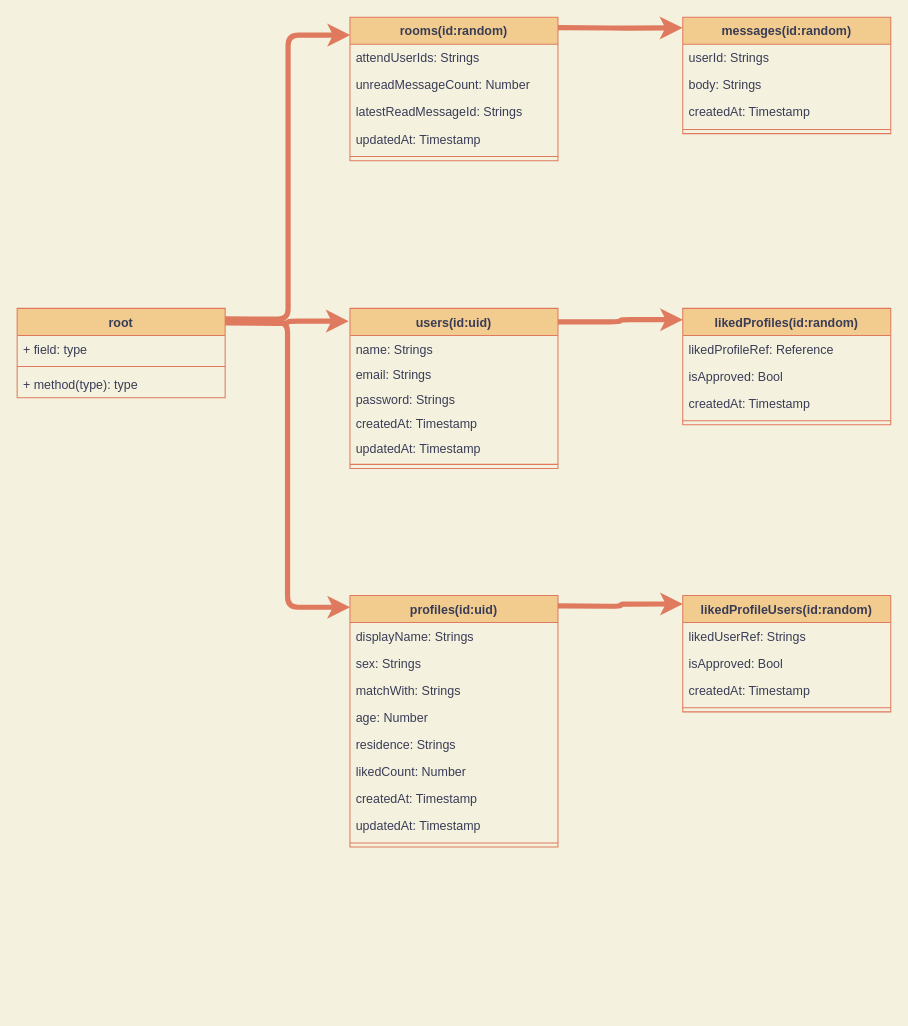
Earlier version of the draw.io diagram store/firestore.drawio (KoheiB/my-matching-app). Source tidied: cells renumbered, new cells numbered last; positions are measured from the earlier drawing's top-left corner, leaving out a move shared by most shapes. Both pictures are drawn from the tidied source at 104%, with x=0, y=0 at pixel (17, 17).
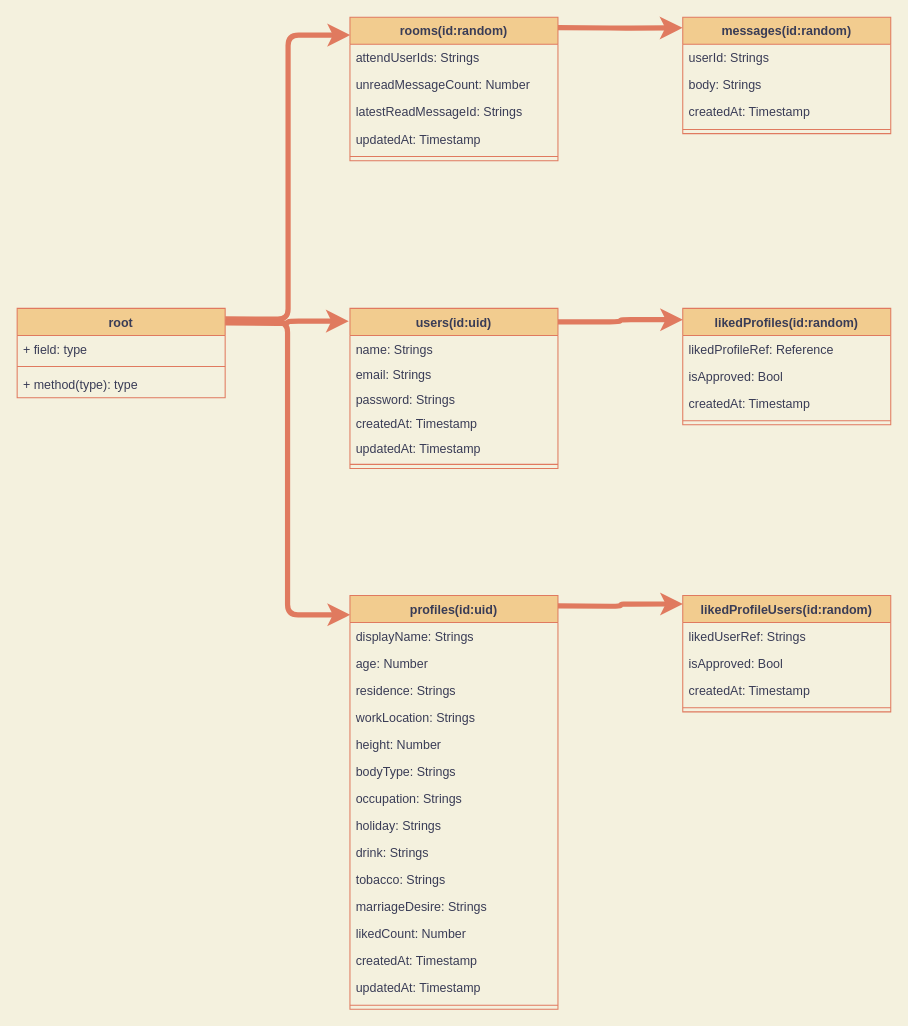
Above is the later version.

Commit message (it also covers changes not shown here):
add profile options

The edit, as a diff of the source:
```diff
@@
     <mxCell id="12" value="profiles(id:uid)" style="swimlane;fontStyle=1;align=center;verticalAlign=top;horizontal=1;startSize=26;fillColor=#F2CC8F;strokeColor=#E07A5F;fontColor=#393C56;" parent="1" vertex="1">
-      <mxGeometry x="320" y="556" width="200" height="242" as="geometry" />
+      <mxGeometry x="320" y="556" width="200" height="398" as="geometry" />
     </mxCell>
@@
-    <mxCell id="14" value="sex: Strings" style="text;strokeColor=none;fillColor=none;align=left;verticalAlign=top;spacingLeft=4;spacingRight=4;overflow=hidden;fontColor=#393C56;" parent="12" vertex="1">
-      <mxGeometry y="52" width="200" height="26" as="geometry" />
-    </mxCell>
-    <mxCell id="15" value="matchWith: Strings" style="text;strokeColor=none;fillColor=none;align=left;verticalAlign=top;spacingLeft=4;spacingRight=4;overflow=hidden;fontColor=#393C56;" parent="12" vertex="1">
-      <mxGeometry y="78" width="200" height="26" as="geometry" />
-    </mxCell>
     <mxCell id="16" value="age: Number" style="text;strokeColor=none;fillColor=none;align=left;verticalAlign=top;spacingLeft=4;spacingRight=4;overflow=hidden;fontColor=#393C56;" parent="12" vertex="1">
-      <mxGeometry y="104" width="200" height="26" as="geometry" />
+      <mxGeometry y="52" width="200" height="26" as="geometry" />
     </mxCell>
+    <mxCell id="50" value="residence: Strings" style="text;strokeColor=none;fillColor=none;align=left;verticalAlign=top;spacingLeft=4;spacingRight=4;overflow=hidden;fontColor=#393C56;" parent="12" vertex="1">
+      <mxGeometry y="78" width="200" height="26" as="geometry" />
+    </mxCell>
-    <mxCell id="17" value="residence: Strings" style="text;strokeColor=none;fillColor=none;align=left;verticalAlign=top;spacingLeft=4;spacingRight=4;overflow=hidden;fontColor=#393C56;" parent="12" vertex="1">
-      <mxGeometry y="130" width="200" height="26" as="geometry" />
+    <mxCell id="17" value="workLocation: Strings" style="text;strokeColor=none;fillColor=none;align=left;verticalAlign=top;spacingLeft=4;spacingRight=4;overflow=hidden;fontColor=#393C56;" parent="12" vertex="1">
+      <mxGeometry y="104" width="200" height="26" as="geometry" />
     </mxCell>
+    <mxCell id="51" value="height: Number" style="text;strokeColor=none;fillColor=none;align=left;verticalAlign=top;spacingLeft=4;spacingRight=4;overflow=hidden;fontColor=#393C56;" parent="12" vertex="1">
+      <mxGeometry y="130" width="200" height="26" as="geometry" />
+    </mxCell>
+    <mxCell id="52" value="bodyType: Strings" style="text;strokeColor=none;fillColor=none;align=left;verticalAlign=top;spacingLeft=4;spacingRight=4;overflow=hidden;fontColor=#393C56;" parent="12" vertex="1">
+      <mxGeometry y="156" width="200" height="26" as="geometry" />
+    </mxCell>
+    <mxCell id="53" value="occupation: Strings" style="text;strokeColor=none;fillColor=none;align=left;verticalAlign=top;spacingLeft=4;spacingRight=4;overflow=hidden;fontColor=#393C56;" parent="12" vertex="1">
+      <mxGeometry y="182" width="200" height="26" as="geometry" />
+    </mxCell>
+    <mxCell id="54" value="holiday: Strings" style="text;strokeColor=none;fillColor=none;align=left;verticalAlign=top;spacingLeft=4;spacingRight=4;overflow=hidden;fontColor=#393C56;" parent="12" vertex="1">
+      <mxGeometry y="208" width="200" height="26" as="geometry" />
+    </mxCell>
+    <mxCell id="55" value="drink: Strings" style="text;strokeColor=none;fillColor=none;align=left;verticalAlign=top;spacingLeft=4;spacingRight=4;overflow=hidden;fontColor=#393C56;" parent="12" vertex="1">
+      <mxGeometry y="234" width="200" height="26" as="geometry" />
+    </mxCell>
+    <mxCell id="56" value="tobacco: Strings" style="text;strokeColor=none;fillColor=none;align=left;verticalAlign=top;spacingLeft=4;spacingRight=4;overflow=hidden;fontColor=#393C56;" parent="12" vertex="1">
+      <mxGeometry y="260" width="200" height="26" as="geometry" />
+    </mxCell>
+    <mxCell id="57" value="marriageDesire: Strings" style="text;strokeColor=none;fillColor=none;align=left;verticalAlign=top;spacingLeft=4;spacingRight=4;overflow=hidden;fontColor=#393C56;" parent="12" vertex="1">
+      <mxGeometry y="286" width="200" height="26" as="geometry" />
+    </mxCell>
     <mxCell id="18" value="likedCount: Number" style="text;strokeColor=none;fillColor=none;align=left;verticalAlign=top;spacingLeft=4;spacingRight=4;overflow=hidden;fontColor=#393C56;" parent="12" vertex="1">
-      <mxGeometry y="156" width="200" height="26" as="geometry" />
+      <mxGeometry y="312" width="200" height="26" as="geometry" />
     </mxCell>
     <mxCell id="19" value="createdAt: Timestamp" style="text;strokeColor=none;fillColor=none;align=left;verticalAlign=top;spacingLeft=4;spacingRight=4;overflow=hidden;fontColor=#393C56;" parent="12" vertex="1">
-      <mxGeometry y="182" width="200" height="26" as="geometry" />
+      <mxGeometry y="338" width="200" height="26" as="geometry" />
     </mxCell>
     <mxCell id="20" value="updatedAt: Timestamp" style="text;strokeColor=none;fillColor=none;align=left;verticalAlign=top;spacingLeft=4;spacingRight=4;overflow=hidden;fontColor=#393C56;" parent="12" vertex="1">
-      <mxGeometry y="208" width="200" height="26" as="geometry" />
+      <mxGeometry y="364" width="200" height="26" as="geometry" />
     </mxCell>
     <mxCell id="21" style="line;strokeWidth=1;fillColor=none;align=left;verticalAlign=middle;spacingTop=-1;spacingLeft=3;spacingRight=3;labelPosition=right;strokeColor=#E07A5F;fontColor=#393C56;labelBackgroundColor=#F4F1DE;" parent="12" vertex="1">
-      <mxGeometry y="234" width="200" height="8" as="geometry" />
+      <mxGeometry y="390" width="200" height="8" as="geometry" />
     </mxCell>
```
